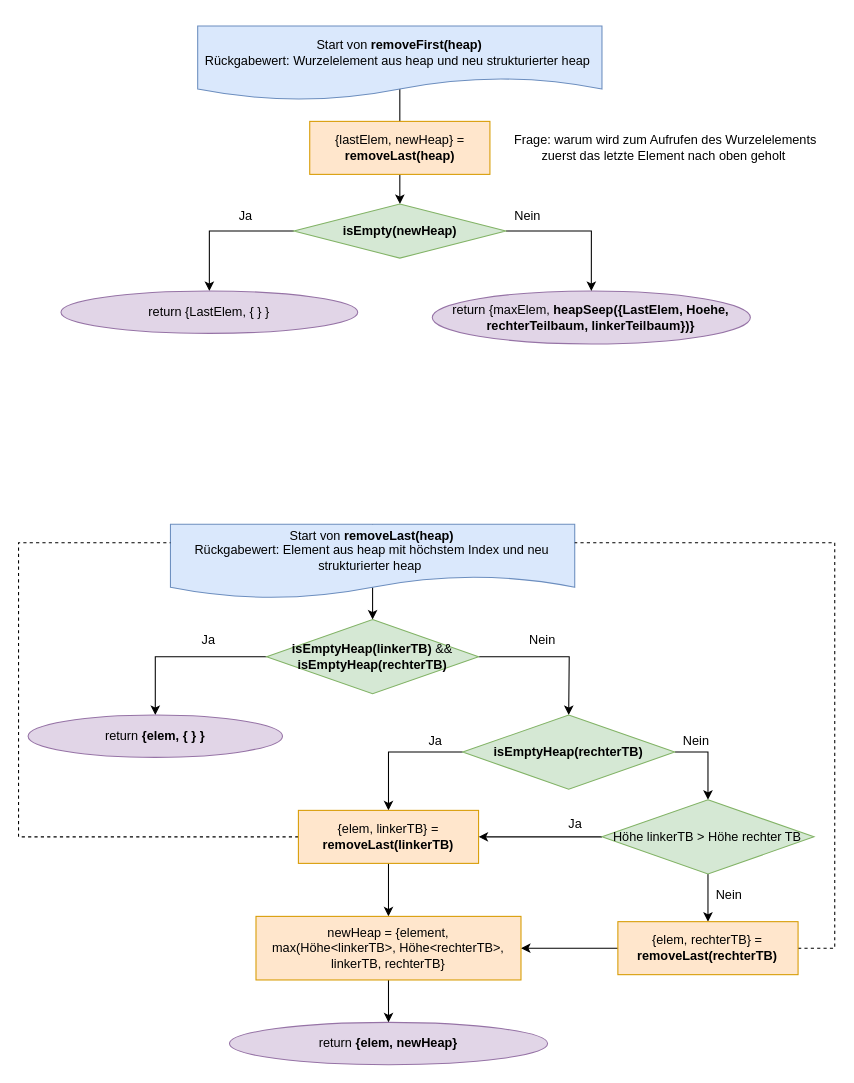
The draw.io diagram Grafiken:Bilder/draw.io/HBQ/2.2. removeFirstLastHeap.drawio in krisschaaf/Hausarbeit_Erlang_Queues, before the edit. Source tidied: cells renumbered, new cells numbered last; positions are measured from the earlier drawing's top-left corner, leaving out a move shared by most shapes. Both pictures are drawn from the tidied source at 106%, with x=0, y=0 at pixel (18, 25).
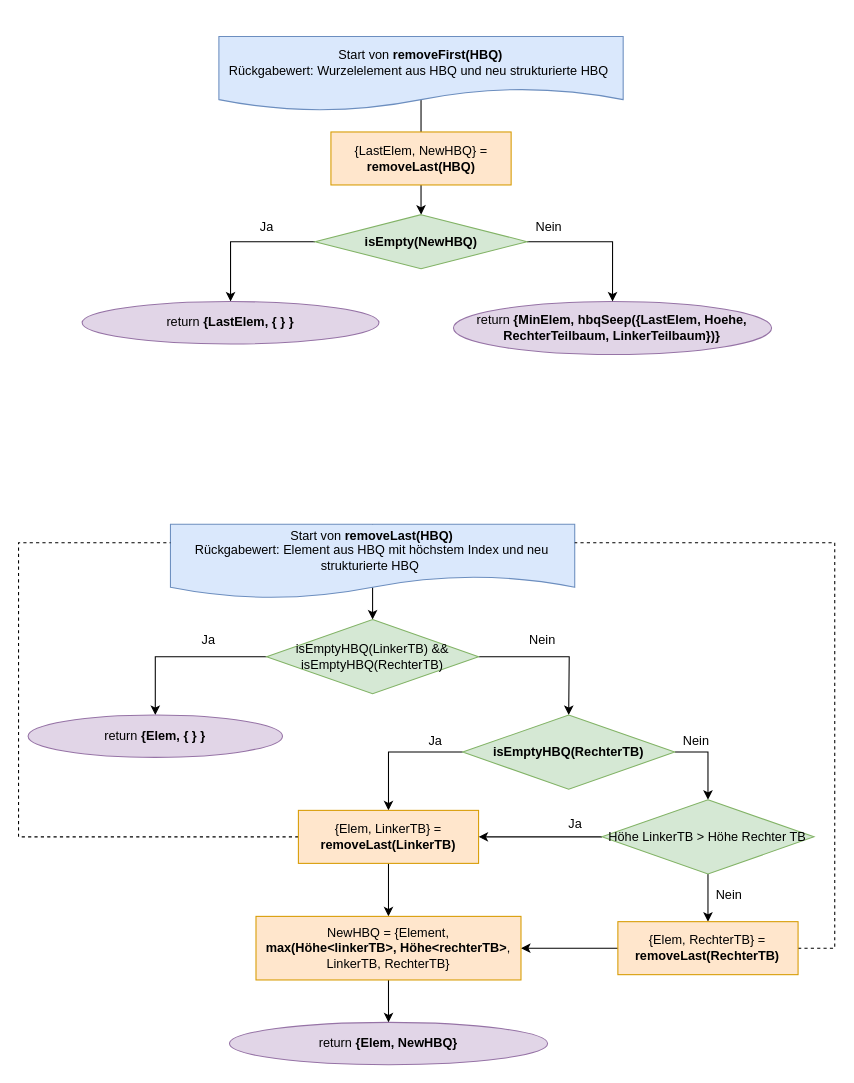
After the change.

The edit, as a diff of the source:
```diff
@@
     <mxCell id="2" style="edgeStyle=orthogonalEdgeStyle;rounded=0;jettySize=auto;html=1;exitX=0.5;exitY=0;exitDx=0;exitDy=0;entryX=0.5;entryY=0;entryDx=0;entryDy=0;" parent="1" edge="1" source="3" target="6">
       <mxGeometry relative="1" as="geometry">
         <Array as="points">
-          <mxPoint x="359.3" y="110" />
-          <mxPoint x="359.3" y="110" />
+          <mxPoint x="379.3" y="120" />
+          <mxPoint x="379.3" y="120" />
         </Array>
       </mxGeometry>
     </mxCell>
-    <mxCell id="3" value="Start von &lt;b&gt;removeFirst(heap)&lt;/b&gt;&lt;br&gt;Rückgabewert: Wurzelelement aus heap und neu strukturierter heap&amp;nbsp;" style="shape=document;whiteSpace=wrap;html=1;boundedLbl=1;fillColor=#dae8fc;strokeColor=#6c8ebf;" parent="1" vertex="1">
-      <mxGeometry x="169" width="381.4" height="70" as="geometry" />
+    <mxCell id="3" value="Start von &lt;b&gt;removeFirst(HBQ)&lt;/b&gt;&lt;br&gt;Rückgabewert: Wurzelelement aus HBQ und neu strukturierte HBQ&amp;nbsp;" style="shape=document;whiteSpace=wrap;html=1;boundedLbl=1;fillColor=#dae8fc;strokeColor=#6c8ebf;" parent="1" vertex="1">
+      <mxGeometry x="189" y="10" width="381.4" height="70" as="geometry" />
     </mxCell>
-    <mxCell id="4" value="return {maxElem, &lt;b&gt;heapSeep({LastElem, Hoehe, rechterTeilbaum, linkerTeilbaum})}&lt;/b&gt;" style="ellipse;whiteSpace=wrap;html=1;rounded=0;fillColor=#e1d5e7;strokeColor=#9673a6;" parent="1" vertex="1">
-      <mxGeometry x="390.3" y="250" width="300.1" height="50" as="geometry" />
+    <mxCell id="4" value="return &lt;b&gt;{MinElem, hbqSeep({LastElem, Hoehe, RechterTeilbaum, LinkerTeilbaum})}&lt;/b&gt;" style="ellipse;whiteSpace=wrap;html=1;rounded=0;fillColor=#e1d5e7;strokeColor=#9673a6;" parent="1" vertex="1">
+      <mxGeometry x="410.3" y="260" width="300.1" height="50" as="geometry" />
     </mxCell>
     <mxCell id="5" style="edgeStyle=orthogonalEdgeStyle;rounded=0;jettySize=auto;html=1;" parent="1" edge="1" source="6">
       <mxGeometry relative="1" as="geometry">
-        <mxPoint x="359.8" y="168" as="targetPoint" />
+        <mxPoint x="379.8" y="178" as="targetPoint" />
       </mxGeometry>
     </mxCell>
-    <mxCell id="6" value="{lastElem, newHeap} = &lt;b&gt;removeLast(heap)&lt;/b&gt;" style="rounded=0;whiteSpace=wrap;html=1;fillColor=#ffe6cc;strokeColor=#d79b00;" parent="1" vertex="1">
-      <mxGeometry x="274.7" y="90" width="170" height="50" as="geometry" />
+    <mxCell id="6" value="{LastElem, NewHBQ} = &lt;b&gt;removeLast(HBQ)&lt;/b&gt;" style="rounded=0;whiteSpace=wrap;html=1;fillColor=#ffe6cc;strokeColor=#d79b00;" parent="1" vertex="1">
+      <mxGeometry x="294.7" y="100" width="170" height="50" as="geometry" />
     </mxCell>
@@
-    <mxCell id="8" value="Start von &lt;b&gt;removeLast(heap)&lt;/b&gt;&lt;br&gt;Rückgabewert: Element aus heap mit höchstem Index und neu strukturierter heap&amp;nbsp;" style="shape=document;whiteSpace=wrap;html=1;boundedLbl=1;fillColor=#dae8fc;strokeColor=#6c8ebf;" parent="1" vertex="1">
+    <mxCell id="8" value="Start von &lt;b&gt;removeLast(HBQ)&lt;/b&gt;&lt;br&gt;Rückgabewert: Element aus HBQ mit höchstem Index und neu strukturierte HBQ&amp;nbsp;" style="shape=document;whiteSpace=wrap;html=1;boundedLbl=1;fillColor=#dae8fc;strokeColor=#6c8ebf;" parent="1" vertex="1">
       <mxGeometry x="143.3" y="470" width="381.4" height="70" as="geometry" />
     </mxCell>
@@
-    <mxCell id="11" value="&lt;b&gt;isEmptyHeap(linkerTB)&lt;/b&gt; &amp;amp;&amp;amp;&lt;br&gt;&lt;b&gt;isEmptyHeap(rechterTB)&lt;/b&gt;" style="rhombus;whiteSpace=wrap;html=1;rounded=0;fillColor=#d5e8d4;strokeColor=#82b366;" parent="1" vertex="1">
+    <mxCell id="11" value="isEmptyHBQ(LinkerTB) &amp;amp;&amp;amp;&lt;br&gt;isEmptyHBQ(RechterTB)" style="rhombus;whiteSpace=wrap;html=1;rounded=0;fillColor=#d5e8d4;strokeColor=#82b366;" parent="1" vertex="1">
       <mxGeometry x="234" y="560" width="200" height="70" as="geometry" />
     </mxCell>
@@
-    <mxCell id="14" value="return &lt;b&gt;{elem, { } }&lt;/b&gt;" style="ellipse;whiteSpace=wrap;html=1;rounded=0;fillColor=#e1d5e7;strokeColor=#9673a6;" parent="1" vertex="1">
+    <mxCell id="14" value="return &lt;b&gt;{Elem, { } }&lt;/b&gt;" style="ellipse;whiteSpace=wrap;html=1;rounded=0;fillColor=#e1d5e7;strokeColor=#9673a6;" parent="1" vertex="1">
       <mxGeometry x="9" y="650" width="240" height="40" as="geometry" />
     </mxCell>
-    <mxCell id="15" value="return &lt;b&gt;{elem, newHeap}&lt;/b&gt;" style="ellipse;whiteSpace=wrap;html=1;rounded=0;fillColor=#e1d5e7;strokeColor=#9673a6;" parent="1" vertex="1">
+    <mxCell id="15" value="return &lt;b&gt;{Elem, NewHBQ}&lt;/b&gt;" style="ellipse;whiteSpace=wrap;html=1;rounded=0;fillColor=#e1d5e7;strokeColor=#9673a6;" parent="1" vertex="1">
       <mxGeometry x="199" y="940" width="300.1" height="40" as="geometry" />
     </mxCell>
@@
-    <mxCell id="18" value="&lt;b&gt;isEmptyHeap(rechterTB)&lt;/b&gt;" style="rhombus;whiteSpace=wrap;html=1;rounded=0;fillColor=#d5e8d4;strokeColor=#82b366;" parent="1" vertex="1">
+    <mxCell id="18" value="&lt;b&gt;isEmptyHBQ(RechterTB)&lt;/b&gt;" style="rhombus;whiteSpace=wrap;html=1;rounded=0;fillColor=#d5e8d4;strokeColor=#82b366;" parent="1" vertex="1">
       <mxGeometry x="419" y="650" width="200" height="70" as="geometry" />
     </mxCell>
@@
-    <mxCell id="21" value="{elem, linkerTB} = &lt;b&gt;removeLast(linkerTB)&lt;/b&gt;" style="rounded=0;whiteSpace=wrap;html=1;fillColor=#ffe6cc;strokeColor=#d79b00;" parent="1" vertex="1">
+    <mxCell id="21" value="{Elem, LinkerTB} = &lt;b&gt;removeLast(LinkerTB)&lt;/b&gt;" style="rounded=0;whiteSpace=wrap;html=1;fillColor=#ffe6cc;strokeColor=#d79b00;" parent="1" vertex="1">
       <mxGeometry x="264" y="740" width="170" height="50" as="geometry" />
     </mxCell>
@@
-    <mxCell id="24" value="Höhe linkerTB &amp;gt; Höhe rechter TB" style="rhombus;whiteSpace=wrap;html=1;rounded=0;fillColor=#d5e8d4;strokeColor=#82b366;" parent="1" vertex="1">
+    <mxCell id="24" value="Höhe LinkerTB &amp;gt; Höhe Rechter TB" style="rhombus;whiteSpace=wrap;html=1;rounded=0;fillColor=#d5e8d4;strokeColor=#82b366;" parent="1" vertex="1">
       <mxGeometry x="550.4" y="730" width="200" height="70" as="geometry" />
     </mxCell>
@@
-    <mxCell id="27" value="{elem, rechterTB} = &lt;b&gt;removeLast(rechterTB)&lt;/b&gt;" style="rounded=0;whiteSpace=wrap;html=1;fillColor=#ffe6cc;strokeColor=#d79b00;" parent="1" vertex="1">
+    <mxCell id="27" value="{Elem, RechterTB} = &lt;b&gt;removeLast(RechterTB)&lt;/b&gt;" style="rounded=0;whiteSpace=wrap;html=1;fillColor=#ffe6cc;strokeColor=#d79b00;" parent="1" vertex="1">
       <mxGeometry x="565.4" y="845" width="170" height="50" as="geometry" />
     </mxCell>
@@
-    <mxCell id="33" value="newHeap = {element, &lt;br&gt;max(Höhe&amp;lt;linkerTB&amp;gt;, Höhe&amp;lt;rechterTB&amp;gt;, &lt;br&gt;linkerTB, rechterTB}" style="rounded=0;whiteSpace=wrap;html=1;fillColor=#ffe6cc;strokeColor=#d79b00;" parent="1" vertex="1">
+    <mxCell id="33" value="NewHBQ = {Element, &lt;br&gt;&lt;b&gt;max(Höhe&amp;lt;linkerTB&amp;gt;, Höhe&amp;lt;rechterTB&amp;gt;&lt;/b&gt;, &lt;br&gt;LinkerTB, RechterTB}" style="rounded=0;whiteSpace=wrap;html=1;fillColor=#ffe6cc;strokeColor=#d79b00;" parent="1" vertex="1">
       <mxGeometry x="224" y="840" width="250" height="60" as="geometry" />
     </mxCell>
@@
-    <mxCell id="36" value="&lt;b&gt;isEmpty(newHeap)&lt;/b&gt;" style="rhombus;whiteSpace=wrap;html=1;rounded=0;fillColor=#d5e8d4;strokeColor=#82b366;" parent="1" vertex="1">
-      <mxGeometry x="259.7" y="168" width="200" height="51" as="geometry" />
+    <mxCell id="36" value="&lt;b&gt;isEmpty(NewHBQ)&lt;/b&gt;" style="rhombus;whiteSpace=wrap;html=1;rounded=0;fillColor=#d5e8d4;strokeColor=#82b366;" parent="1" vertex="1">
+      <mxGeometry x="279.7" y="178" width="200" height="51" as="geometry" />
     </mxCell>
-    <mxCell id="37" value="return {LastElem, { } }" style="ellipse;whiteSpace=wrap;html=1;rounded=0;fillColor=#e1d5e7;strokeColor=#9673a6;" parent="1" vertex="1">
-      <mxGeometry x="40" y="250" width="280" height="40" as="geometry" />
+    <mxCell id="37" value="return &lt;b&gt;{LastElem, { } }&lt;/b&gt;" style="ellipse;whiteSpace=wrap;html=1;rounded=0;fillColor=#e1d5e7;strokeColor=#9673a6;" parent="1" vertex="1">
+      <mxGeometry x="60" y="260" width="280" height="40" as="geometry" />
     </mxCell>
     <mxCell id="38" value="Ja" style="text;html=1;align=center;verticalAlign=middle;strokeColor=none;fillColor=none;" parent="1" vertex="1">
-      <mxGeometry x="199" y="170" width="30" height="20" as="geometry" />
+      <mxGeometry x="219" y="180" width="30" height="20" as="geometry" />
     </mxCell>
     <mxCell id="39" value="Nein" style="text;html=1;align=center;verticalAlign=middle;strokeColor=none;fillColor=none;" parent="1" vertex="1">
-      <mxGeometry x="460" y="170" width="40" height="20" as="geometry" />
+      <mxGeometry x="480" y="180" width="40" height="20" as="geometry" />
     </mxCell>
-    <mxCell id="40" value="Frage: warum wird zum Aufrufen des Wurzelelements &lt;br&gt;zuerst das letzte Element nach oben geholt&amp;nbsp;" style="text;html=1;align=center;verticalAlign=middle;strokeColor=none;fillColor=none;" parent="1" vertex="1">
-      <mxGeometry x="460" y="100" width="300" height="30" as="geometry" />
-    </mxCell>
```
